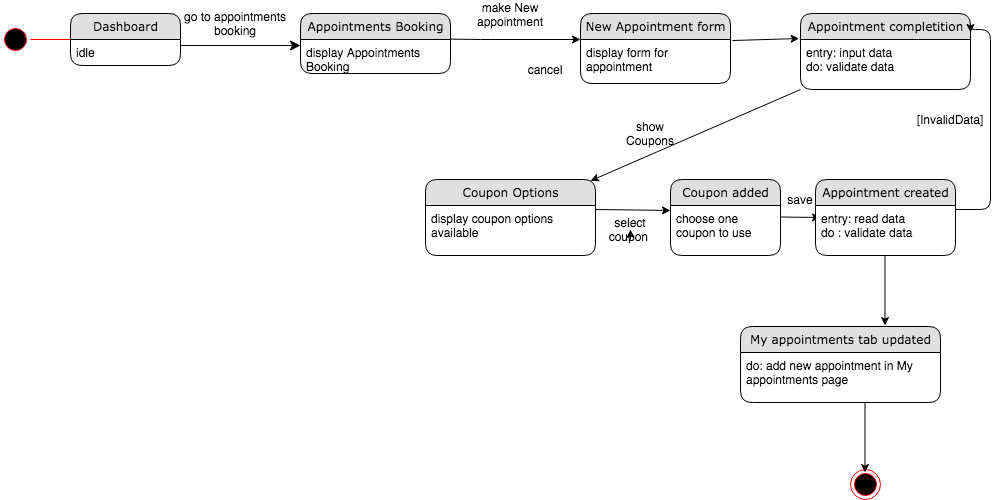
Earlier version of the draw.io export Diagrams/State Chart Diagrams/ST_29 USE COUPON.png (kkasharaj17/SE-project). Source tidied: cells renumbered, new cells last; positions are measured from the earlier drawing's top-left corner, leaving out a move shared by most shapes. The source it was exported from:
```xml
<mxGraphModel background="#ffffff">
  <root>
    <mxCell id="0" />
    <mxCell id="1" parent="0" />
    <mxCell id="2" style="edgeStyle=orthogonalEdgeStyle;html=1;labelBackgroundColor=none;startFill=0;startSize=8;endFill=1;endSize=8;fontFamily=Verdana;fontSize=12;exitX=1;exitY=0.5;" parent="1" edge="1">
      <mxGeometry relative="1" as="geometry">
        <mxPoint x="180" y="41" as="sourcePoint" />
        <mxPoint x="300" y="41" as="targetPoint" />
      </mxGeometry>
    </mxCell>
    <mxCell id="3" value="cancel" style="text;html=1;strokeColor=none;fillColor=none;align=center;verticalAlign=middle;whiteSpace=wrap;rounded=0;" parent="1" vertex="1">
      <mxGeometry x="510" y="50" width="70" height="30" as="geometry" />
    </mxCell>
    <mxCell id="4" value="make New appointment" style="text;html=1;strokeColor=none;fillColor=none;align=center;verticalAlign=middle;whiteSpace=wrap;rounded=0;" parent="1" vertex="1">
      <mxGeometry x="470" width="80" height="20" as="geometry" />
    </mxCell>
    <mxCell id="5" style="ellipse;html=1;shape=endState;fillColor=#000000;strokeColor=#ff0000;" parent="1" vertex="1">
      <mxGeometry x="850" y="465" width="30" height="30" as="geometry" />
    </mxCell>
    <mxCell id="6" style="ellipse;html=1;shape=startState;fillColor=#000000;strokeColor=#ff0000;" parent="1" vertex="1">
      <mxGeometry y="20" width="30" height="30" as="geometry" />
    </mxCell>
    <mxCell id="7" style="edgeStyle=orthogonalEdgeStyle;html=1;verticalAlign=bottom;endArrow=open;endSize=8;strokeColor=#ff0000;" parent="1" edge="1" source="6">
      <mxGeometry relative="1" as="geometry">
        <mxPoint x="90" y="35" as="targetPoint" />
      </mxGeometry>
    </mxCell>
    <mxCell id="8" style="endArrow=classic;html=1;entryX=-0.008;entryY=-0.029;entryDx=0;entryDy=0;entryPerimeter=0;exitX=1.013;exitY=0.386;exitDx=0;exitDy=0;exitPerimeter=0;" parent="1" edge="1" source="18" target="16">
      <mxGeometry relative="1" as="geometry" />
    </mxCell>
    <mxCell id="9" value="go to appointments booking" style="text;html=1;strokeColor=none;fillColor=none;align=center;verticalAlign=middle;whiteSpace=wrap;rounded=0;" parent="1" vertex="1">
      <mxGeometry x="180" y="9" width="110" height="20" as="geometry" />
    </mxCell>
    <mxCell id="10" style="endArrow=classic;html=1;" parent="1" edge="1">
      <mxGeometry relative="1" as="geometry">
        <mxPoint x="440" y="34.5" as="sourcePoint" />
        <mxPoint x="580" y="35" as="targetPoint" />
        <Array as="points">
          <mxPoint x="480" y="35" />
        </Array>
      </mxGeometry>
    </mxCell>
    <mxCell id="11" value="Dashboard" style="swimlane;html=1;fontStyle=0;horizontal=1;startSize=26;fillColor=#e0e0e0;swimlaneFillColor=#ffffff;align=center;rounded=1;shadow=0;comic=0;labelBackgroundColor=none;strokeWidth=1;fontFamily=Verdana;fontSize=12;" parent="1" vertex="1">
      <mxGeometry x="70" y="9" width="110" height="52" as="geometry" />
    </mxCell>
    <mxCell id="12" value="idle" style="text;html=1;strokeColor=none;fillColor=none;spacingLeft=4;spacingRight=4;whiteSpace=wrap;overflow=hidden;" parent="11" vertex="1">
      <mxGeometry y="26" width="110" height="26" as="geometry" />
    </mxCell>
    <mxCell id="13" value="Appointments Booking" style="swimlane;html=1;fontStyle=0;horizontal=1;startSize=26;fillColor=#e0e0e0;swimlaneFillColor=#ffffff;align=center;rounded=1;shadow=0;comic=0;labelBackgroundColor=none;strokeWidth=1;fontFamily=Verdana;fontSize=12;" parent="1" vertex="1">
      <mxGeometry x="300" y="9" width="150" height="60" as="geometry" />
    </mxCell>
    <mxCell id="14" value="display Appointments Booking" style="text;html=1;strokeColor=none;fillColor=none;spacingLeft=4;spacingRight=4;whiteSpace=wrap;overflow=hidden;" parent="13" vertex="1">
      <mxGeometry y="26" width="150" height="34" as="geometry" />
    </mxCell>
    <mxCell id="15" value="Appointment completition" style="swimlane;html=1;fontStyle=0;horizontal=1;startSize=26;fillColor=#e0e0e0;swimlaneFillColor=#ffffff;align=center;rounded=1;shadow=0;comic=0;labelBackgroundColor=none;strokeWidth=1;fontFamily=Verdana;fontSize=12;" parent="1" vertex="1">
      <mxGeometry x="800" y="9" width="170" height="76" as="geometry" />
    </mxCell>
    <mxCell id="16" value="entry: input data&lt;br&gt;do: validate data&lt;br&gt;exit: save input" style="text;html=1;strokeColor=none;fillColor=none;spacingLeft=4;spacingRight=4;whiteSpace=wrap;overflow=hidden;points=[[0,0.5],[1,0.5]];portConstraint=eastwest;" parent="15" vertex="1">
      <mxGeometry y="26" width="170" height="34" as="geometry" />
    </mxCell>
    <mxCell id="17" style="endArrow=classic;html=1;" parent="1" edge="1">
      <mxGeometry relative="1" as="geometry">
        <mxPoint x="780" y="212.5" as="sourcePoint" />
        <mxPoint x="820" y="213" as="targetPoint" />
      </mxGeometry>
    </mxCell>
    <mxCell id="18" value="New Appointment form" style="swimlane;html=1;fontStyle=0;horizontal=1;startSize=26;fillColor=#e0e0e0;swimlaneFillColor=#ffffff;align=center;rounded=1;shadow=0;comic=0;labelBackgroundColor=none;strokeWidth=1;fontFamily=Verdana;fontSize=12;" parent="1" vertex="1">
      <mxGeometry x="580" y="9" width="150" height="70" as="geometry" />
    </mxCell>
    <mxCell id="19" value="display form for appointment" style="text;html=1;strokeColor=none;fillColor=none;spacingLeft=4;spacingRight=4;whiteSpace=wrap;overflow=hidden;" parent="18" vertex="1">
      <mxGeometry y="26" width="150" height="44" as="geometry" />
    </mxCell>
    <mxCell id="20" style="endArrow=classic;html=1;" parent="1" edge="1">
      <mxGeometry relative="1" as="geometry">
        <mxPoint x="800" y="85" as="sourcePoint" />
        <mxPoint x="590" y="176.3" as="targetPoint" />
      </mxGeometry>
    </mxCell>
    <mxCell id="21" value="show Coupons" style="text;html=1;strokeColor=none;fillColor=none;align=center;verticalAlign=middle;whiteSpace=wrap;rounded=0;" parent="1" vertex="1">
      <mxGeometry x="630" y="119" width="40" height="20" as="geometry" />
    </mxCell>
    <mxCell id="22" value="Coupon Options" style="swimlane;html=1;fontStyle=0;horizontal=1;startSize=26;fillColor=#e0e0e0;swimlaneFillColor=#ffffff;align=center;rounded=1;shadow=0;comic=0;labelBackgroundColor=none;strokeWidth=1;fontFamily=Verdana;fontSize=12;" parent="1" vertex="1">
      <mxGeometry x="425" y="175" width="170" height="76" as="geometry" />
    </mxCell>
    <mxCell id="23" value="display coupon options available" style="text;html=1;strokeColor=none;fillColor=none;spacingLeft=4;spacingRight=4;whiteSpace=wrap;overflow=hidden;" parent="22" vertex="1">
      <mxGeometry y="26" width="170" height="34" as="geometry" />
    </mxCell>
    <mxCell id="24" style="endArrow=classic;html=1;" parent="1" edge="1">
      <mxGeometry relative="1" as="geometry">
        <mxPoint x="595" y="205" as="sourcePoint" />
        <mxPoint x="670" y="206" as="targetPoint" />
        <Array as="points">
          <mxPoint x="635" y="205.5" />
        </Array>
      </mxGeometry>
    </mxCell>
    <mxCell id="25" value="select coupon&amp;nbsp;" style="text;html=1;strokeColor=none;fillColor=none;align=center;verticalAlign=middle;whiteSpace=wrap;rounded=0;" parent="1" vertex="1">
      <mxGeometry x="610" y="215" width="40" height="20" as="geometry" />
    </mxCell>
    <mxCell id="26" value="Coupon added" style="swimlane;html=1;fontStyle=0;horizontal=1;startSize=26;fillColor=#e0e0e0;swimlaneFillColor=#ffffff;align=center;rounded=1;shadow=0;comic=0;labelBackgroundColor=none;strokeWidth=1;fontFamily=Verdana;fontSize=12;" parent="1" vertex="1">
      <mxGeometry x="670" y="175" width="110" height="76" as="geometry" />
    </mxCell>
    <mxCell id="27" value="choose one coupon to use" style="text;html=1;strokeColor=none;fillColor=none;spacingLeft=4;spacingRight=4;whiteSpace=wrap;overflow=hidden;" parent="26" vertex="1">
      <mxGeometry y="26" width="110" height="34" as="geometry" />
    </mxCell>
    <mxCell id="28" value="Appointment created" style="swimlane;html=1;fontStyle=0;horizontal=1;startSize=26;fillColor=#e0e0e0;swimlaneFillColor=#ffffff;align=center;rounded=1;shadow=0;comic=0;labelBackgroundColor=none;strokeWidth=1;fontFamily=Verdana;fontSize=12;" parent="1" vertex="1">
      <mxGeometry x="815" y="175" width="140" height="76" as="geometry" />
    </mxCell>
    <mxCell id="29" value="entry: read data&lt;br&gt;do : validate data&lt;br&gt;exit: create appointment" style="text;html=1;strokeColor=none;fillColor=none;spacingLeft=4;spacingRight=4;whiteSpace=wrap;overflow=hidden;" parent="28" vertex="1">
      <mxGeometry y="26" width="140" height="34" as="geometry" />
    </mxCell>
    <mxCell id="30" style="endArrow=classic;html=1;" parent="1" edge="1">
      <mxGeometry relative="1" as="geometry">
        <mxPoint x="884.5" y="251" as="sourcePoint" />
        <mxPoint x="884.5" y="321" as="targetPoint" />
      </mxGeometry>
    </mxCell>
    <mxCell id="31" style="edgeStyle=segmentEdgeStyle;endArrow=classic;html=1;entryX=1;entryY=0.25;entryDx=0;entryDy=0;" parent="1" edge="1" target="15">
      <mxGeometry relative="1" as="geometry">
        <mxPoint x="955" y="205" as="sourcePoint" />
        <Array as="points">
          <mxPoint x="990" y="205" />
          <mxPoint x="990" y="25" />
          <mxPoint x="970" y="25" />
        </Array>
      </mxGeometry>
    </mxCell>
    <mxCell id="32" style="edgeStyle=orthogonalEdgeStyle;rounded=0;orthogonalLoop=1;jettySize=auto;html=1;exitX=0.5;exitY=1;exitDx=0;exitDy=0;entryX=0.5;entryY=0.5;entryDx=0;entryDy=0;entryPerimeter=0;" parent="1" edge="1" source="25" target="25">
      <mxGeometry relative="1" as="geometry" />
    </mxCell>
    <mxCell id="33" value="save" style="text;html=1;strokeColor=none;fillColor=none;align=center;verticalAlign=middle;whiteSpace=wrap;rounded=0;" parent="1" vertex="1">
      <mxGeometry x="780" y="185" width="40" height="20" as="geometry" />
    </mxCell>
    <mxCell id="34" value="[InvalidData]" style="text;html=1;strokeColor=none;fillColor=none;align=center;verticalAlign=middle;whiteSpace=wrap;rounded=0;" parent="1" vertex="1">
      <mxGeometry x="930" y="105" width="40" height="20" as="geometry" />
    </mxCell>
    <mxCell id="35" value="My appointments tab updated" style="swimlane;html=1;fontStyle=0;horizontal=1;startSize=26;fillColor=#e0e0e0;swimlaneFillColor=#ffffff;align=center;rounded=1;shadow=0;comic=0;labelBackgroundColor=none;strokeWidth=1;fontFamily=Verdana;fontSize=12;" parent="1" vertex="1">
      <mxGeometry x="740" y="322" width="200" height="76" as="geometry" />
    </mxCell>
    <mxCell id="36" value="do: add new appointment in My appointments page" style="text;html=1;strokeColor=none;fillColor=none;spacingLeft=4;spacingRight=4;whiteSpace=wrap;overflow=hidden;" parent="35" vertex="1">
      <mxGeometry y="26" width="200" height="34" as="geometry" />
    </mxCell>
    <mxCell id="37" style="endArrow=classic;html=1;" parent="1" edge="1">
      <mxGeometry relative="1" as="geometry">
        <mxPoint x="864.5" y="398" as="sourcePoint" />
        <mxPoint x="864.5" y="468" as="targetPoint" />
      </mxGeometry>
    </mxCell>
  </root>
</mxGraphModel>
```
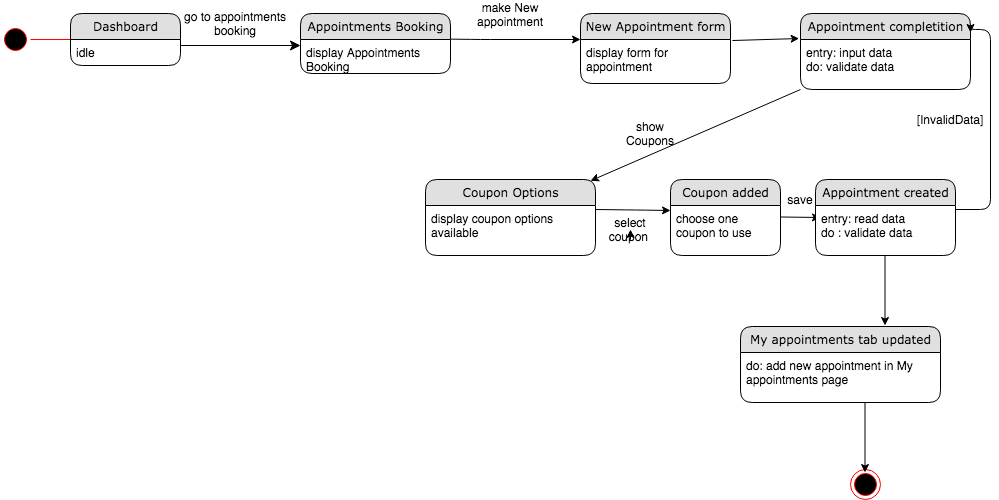
The same diagram one commit later.

Diff of the diagram source:
```diff
@@ -8,9 +8,6 @@
         <mxPoint x="300" y="41" as="targetPoint" />
       </mxGeometry>
     </mxCell>
-    <mxCell id="3" value="cancel" style="text;html=1;strokeColor=none;fillColor=none;align=center;verticalAlign=middle;whiteSpace=wrap;rounded=0;" parent="1" vertex="1">
-      <mxGeometry x="510" y="50" width="70" height="30" as="geometry" />
-    </mxCell>
     <mxCell id="4" value="make New appointment" style="text;html=1;strokeColor=none;fillColor=none;align=center;verticalAlign=middle;whiteSpace=wrap;rounded=0;" parent="1" vertex="1">
       <mxGeometry x="470" width="80" height="20" as="geometry" />
     </mxCell>
```
